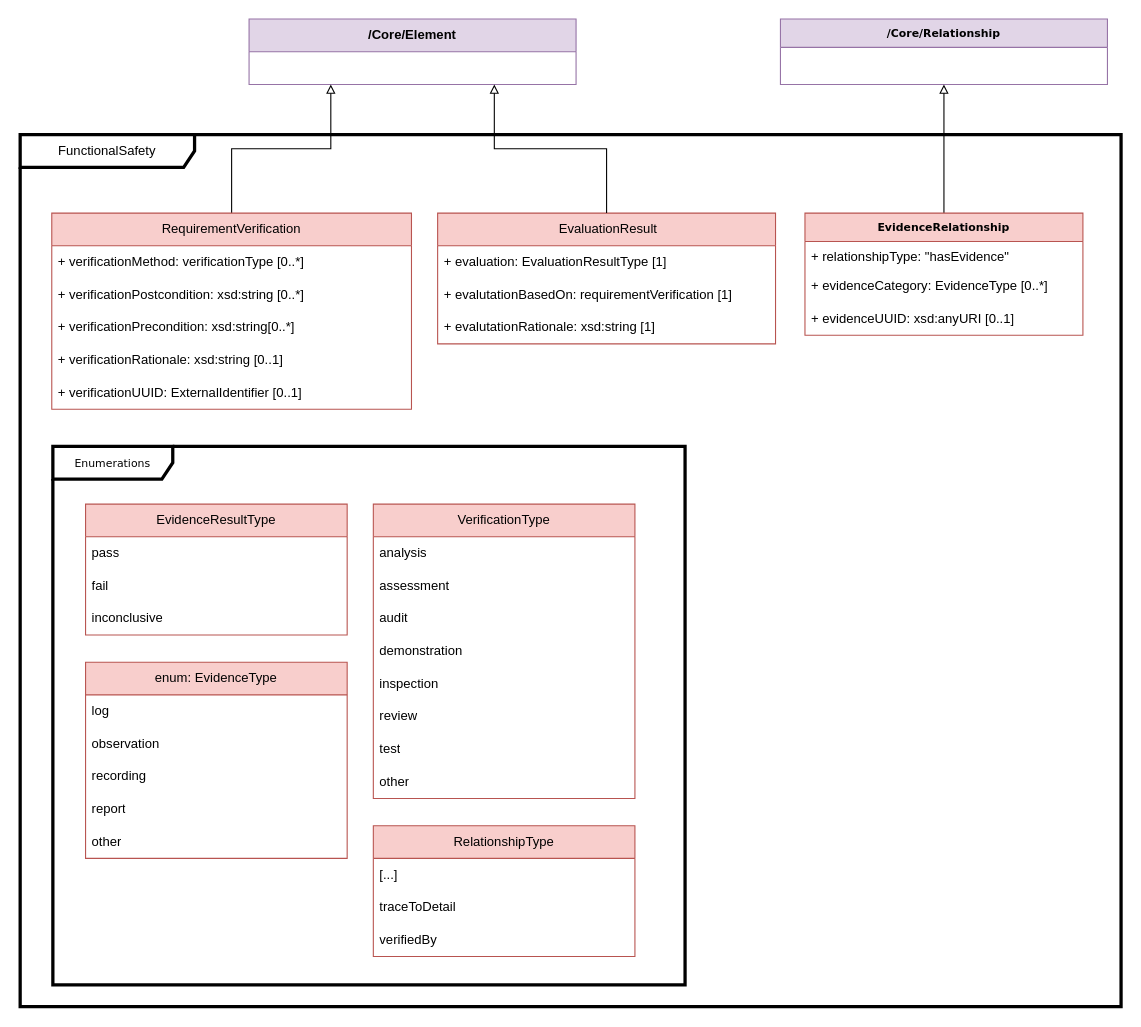
Above: page "FunctionalSafety" (13 of 13) of docs/model.drawio in spdx/spdx-3-model (draw.io), before the change. Source tidied: cells renumbered, new cells numbered last; positions are measured from the earlier drawing's top-left corner, leaving out a move shared by most shapes. Both pictures are drawn from the tidied source at 109%, with x=0, y=0 at pixel (20, 19).
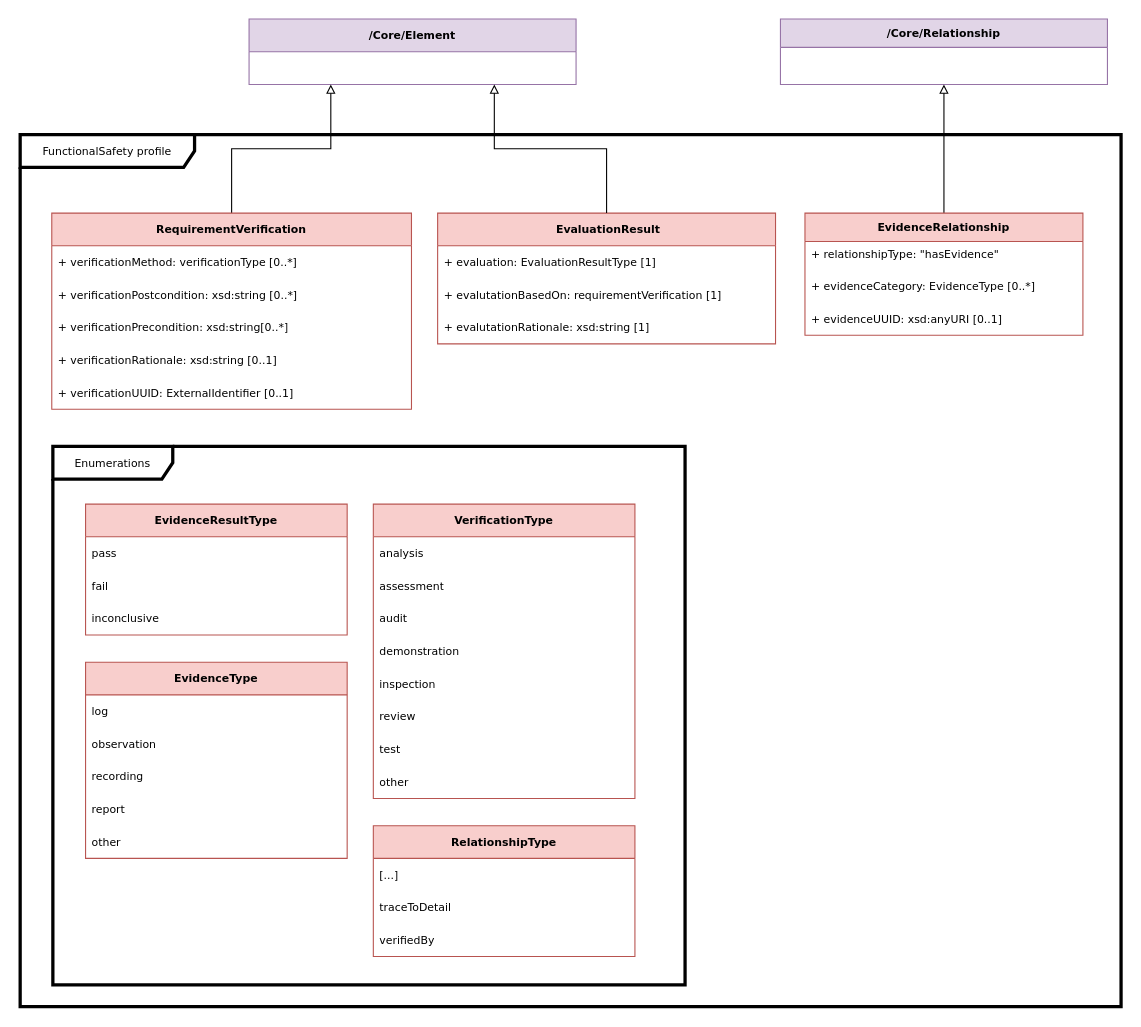
Above is the later version.

Commit message:
diagram: FunctionalSafety - use same Verdana font

Unchanged cells that the change refers to:
```xml
<mxCell id="43" value="EvidenceRelationship" style="swimlane;fontStyle=1;horizontal=1;startSize=26;fillColor=#f8cecc;whiteSpace=wrap;html=1;strokeColor=#b85450;fontFamily=Verdana;fontSize=10;" parent="12" vertex="1">
  <mxGeometry x="720" y="72" width="255" height="112" as="geometry" />
</mxCell>
```

The edit, as a diff of the source:
```diff
@@
-    <mxCell id="2" value="&lt;b&gt;/Core/Element&lt;/b&gt;" style="swimlane;fontStyle=0;horizontal=1;startSize=30;whiteSpace=wrap;html=1;fillColor=#e1d5e7;strokeColor=#9673a6;" parent="1" vertex="1">
+    <mxCell id="2" value="&lt;font style=&quot;font-size: 10px;&quot;&gt;&lt;b&gt;/Core/Element&lt;/b&gt;&lt;/font&gt;" style="swimlane;fontStyle=0;horizontal=1;startSize=30;whiteSpace=wrap;html=1;fillColor=#e1d5e7;strokeColor=#9673a6;fontFamily=Verdana;" parent="1" vertex="1">
       <mxGeometry x="210" width="300" height="60" as="geometry" />
     </mxCell>
@@
-    <mxCell id="4" value="RequirementVerification" style="swimlane;fontStyle=0;horizontal=1;startSize=30;whiteSpace=wrap;html=1;fillColor=#f8cecc;strokeColor=#b85450;" parent="1" vertex="1">
+    <mxCell id="4" value="&lt;font style=&quot;font-size: 10px;&quot; face=&quot;Verdana&quot;&gt;&lt;b&gt;RequirementVerification&lt;/b&gt;&lt;/font&gt;" style="swimlane;fontStyle=0;horizontal=1;startSize=30;whiteSpace=wrap;html=1;fillColor=#f8cecc;strokeColor=#b85450;" parent="1" vertex="1">
       <mxGeometry x="29" y="178" width="330" height="180" as="geometry" />
     </mxCell>
-    <mxCell id="5" value="&lt;div&gt;+ verificationMethod: verificationType [0..*]&lt;/div&gt;" style="text;strokeColor=none;fillColor=none;align=left;verticalAlign=middle;spacingLeft=4;spacingRight=4;overflow=hidden;whiteSpace=wrap;html=1;" parent="4" vertex="1">
+    <mxCell id="5" value="&lt;div&gt;+ verificationMethod: verificationType [0..*]&lt;/div&gt;" style="text;strokeColor=none;fillColor=none;align=left;verticalAlign=middle;spacingLeft=4;spacingRight=4;overflow=hidden;whiteSpace=wrap;html=1;fontFamily=Verdana;fontSize=10;" parent="4" vertex="1">
       <mxGeometry y="30" width="330" height="30" as="geometry" />
     </mxCell>
-    <mxCell id="6" value="+ verificationPostcondition: xsd:string [0..*]" style="text;strokeColor=none;fillColor=none;align=left;verticalAlign=middle;spacingLeft=4;spacingRight=4;overflow=hidden;whiteSpace=wrap;html=1;" parent="4" vertex="1">
+    <mxCell id="6" value="+ verificationPostcondition: xsd:string [0..*]" style="text;strokeColor=none;fillColor=none;align=left;verticalAlign=middle;spacingLeft=4;spacingRight=4;overflow=hidden;whiteSpace=wrap;html=1;fontFamily=Verdana;fontSize=10;" parent="4" vertex="1">
       <mxGeometry y="60" width="330" height="30" as="geometry" />
     </mxCell>
-    <mxCell id="7" value="+ verificationPrecondition: xsd:string[0..*]" style="text;strokeColor=none;fillColor=none;align=left;verticalAlign=middle;spacingLeft=4;spacingRight=4;overflow=hidden;whiteSpace=wrap;html=1;" parent="4" vertex="1">
+    <mxCell id="7" value="+ verificationPrecondition: xsd:string[0..*]" style="text;strokeColor=none;fillColor=none;align=left;verticalAlign=middle;spacingLeft=4;spacingRight=4;overflow=hidden;whiteSpace=wrap;html=1;fontFamily=Verdana;fontSize=10;" parent="4" vertex="1">
       <mxGeometry y="90" width="330" height="30" as="geometry" />
     </mxCell>
-    <mxCell id="8" value="&lt;font style=&quot;color: rgb(0, 0, 0);&quot;&gt;+ verificationRationale: xsd:string [0..1]&amp;nbsp;&lt;/font&gt;" style="text;strokeColor=none;fillColor=none;align=left;verticalAlign=middle;spacingLeft=4;spacingRight=4;overflow=hidden;whiteSpace=wrap;html=1;" parent="4" vertex="1">
+    <mxCell id="8" value="&lt;font style=&quot;color: rgb(0, 0, 0);&quot;&gt;+ verificationRationale: xsd:string [0..1]&amp;nbsp;&lt;/font&gt;" style="text;strokeColor=none;fillColor=none;align=left;verticalAlign=middle;spacingLeft=4;spacingRight=4;overflow=hidden;whiteSpace=wrap;html=1;fontFamily=Verdana;fontSize=10;" parent="4" vertex="1">
       <mxGeometry y="120" width="330" height="30" as="geometry" />
     </mxCell>
-    <mxCell id="9" value="+ verificationUUID: External&lt;span&gt;&lt;font style=&quot;color: rgb(0, 0, 0);&quot;&gt;Identifier [0..1]&lt;/font&gt;&lt;/span&gt;" style="text;strokeColor=none;fillColor=none;align=left;verticalAlign=middle;spacingLeft=4;spacingRight=4;overflow=hidden;whiteSpace=wrap;html=1;" parent="4" vertex="1">
+    <mxCell id="9" value="+ verificationUUID: External&lt;span&gt;&lt;font style=&quot;color: rgb(0, 0, 0);&quot;&gt;Identifier [0..1]&lt;/font&gt;&lt;/span&gt;" style="text;strokeColor=none;fillColor=none;align=left;verticalAlign=middle;spacingLeft=4;spacingRight=4;overflow=hidden;whiteSpace=wrap;html=1;fontFamily=Verdana;fontSize=10;" parent="4" vertex="1">
       <mxGeometry y="150" width="330" height="30" as="geometry" />
     </mxCell>
@@
-    <mxCell id="12" value="Functional&lt;span style=&quot;background-color: transparent; color: light-dark(rgb(0, 0, 0), rgb(255, 255, 255));&quot;&gt;Safety&lt;/span&gt;" style="shape=umlFrame;whiteSpace=wrap;html=1;width=160;strokeWidth=3;" parent="1" vertex="1">
+    <mxCell id="12" value="&lt;font face=&quot;Verdana&quot; style=&quot;font-size: 10px;&quot;&gt;Functional&lt;span style=&quot;background-color: transparent; color: light-dark(rgb(0, 0, 0), rgb(255, 255, 255));&quot;&gt;Safety profile&lt;/span&gt;&lt;/font&gt;" style="shape=umlFrame;whiteSpace=wrap;html=1;width=160;strokeWidth=3;" parent="1" vertex="1">
       <mxGeometry y="106" width="1010" height="800" as="geometry" />
     </mxCell>
-    <mxCell id="13" style="group;" parent="12" vertex="1">
+    <mxCell id="13" style="group;fontFamily=Verdana;fontSize=10;" parent="12" vertex="1">
       <mxGeometry x="30" y="326" width="640" height="454" as="geometry" />
     </mxCell>
@@
-    <mxCell id="15" value="VerificationType" style="swimlane;fontStyle=0;horizontal=1;startSize=30;whiteSpace=wrap;html=1;fillColor=#f8cecc;strokeColor=#b85450;" parent="13" vertex="1">
+    <mxCell id="15" value="&lt;b&gt;VerificationType&lt;/b&gt;" style="swimlane;fontStyle=0;horizontal=1;startSize=30;whiteSpace=wrap;html=1;fillColor=#f8cecc;strokeColor=#b85450;fontFamily=Verdana;fontSize=10;" parent="13" vertex="1">
       <mxGeometry x="294" y="13" width="240" height="270" as="geometry" />
     </mxCell>
-    <mxCell id="16" value="analysis" style="text;strokeColor=none;fillColor=none;align=left;verticalAlign=middle;spacingLeft=4;spacingRight=4;overflow=hidden;whiteSpace=wrap;html=1;" parent="15" vertex="1">
+    <mxCell id="16" value="analysis" style="text;strokeColor=none;fillColor=none;align=left;verticalAlign=middle;spacingLeft=4;spacingRight=4;overflow=hidden;whiteSpace=wrap;html=1;fontSize=10;fontFamily=Verdana;" parent="15" vertex="1">
       <mxGeometry y="30" width="240" height="30" as="geometry" />
     </mxCell>
-    <mxCell id="17" value="&lt;div&gt;assessment&lt;/div&gt;" style="text;strokeColor=none;fillColor=none;align=left;verticalAlign=middle;spacingLeft=4;spacingRight=4;overflow=hidden;whiteSpace=wrap;html=1;" parent="15" vertex="1">
+    <mxCell id="17" value="&lt;div&gt;assessment&lt;/div&gt;" style="text;strokeColor=none;fillColor=none;align=left;verticalAlign=middle;spacingLeft=4;spacingRight=4;overflow=hidden;whiteSpace=wrap;html=1;fontSize=10;fontFamily=Verdana;" parent="15" vertex="1">
       <mxGeometry y="60" width="240" height="30" as="geometry" />
     </mxCell>
-    <mxCell id="18" value="audit" style="text;strokeColor=none;fillColor=none;align=left;verticalAlign=middle;spacingLeft=4;spacingRight=4;overflow=hidden;whiteSpace=wrap;html=1;" parent="15" vertex="1">
+    <mxCell id="18" value="audit" style="text;strokeColor=none;fillColor=none;align=left;verticalAlign=middle;spacingLeft=4;spacingRight=4;overflow=hidden;whiteSpace=wrap;html=1;fontSize=10;fontFamily=Verdana;" parent="15" vertex="1">
       <mxGeometry y="90" width="240" height="30" as="geometry" />
     </mxCell>
-    <mxCell id="19" value="demonstration" style="text;strokeColor=none;fillColor=none;align=left;verticalAlign=middle;spacingLeft=4;spacingRight=4;overflow=hidden;whiteSpace=wrap;html=1;" parent="15" vertex="1">
+    <mxCell id="19" value="demonstration" style="text;strokeColor=none;fillColor=none;align=left;verticalAlign=middle;spacingLeft=4;spacingRight=4;overflow=hidden;whiteSpace=wrap;html=1;fontSize=10;fontFamily=Verdana;" parent="15" vertex="1">
       <mxGeometry y="120" width="240" height="30" as="geometry" />
     </mxCell>
-    <mxCell id="20" value="inspection" style="text;strokeColor=none;fillColor=none;align=left;verticalAlign=middle;spacingLeft=4;spacingRight=4;overflow=hidden;whiteSpace=wrap;html=1;" parent="15" vertex="1">
+    <mxCell id="20" value="inspection" style="text;strokeColor=none;fillColor=none;align=left;verticalAlign=middle;spacingLeft=4;spacingRight=4;overflow=hidden;whiteSpace=wrap;html=1;fontSize=10;fontFamily=Verdana;" parent="15" vertex="1">
       <mxGeometry y="150" width="240" height="30" as="geometry" />
     </mxCell>
-    <mxCell id="21" value="review" style="text;strokeColor=none;fillColor=none;align=left;verticalAlign=middle;spacingLeft=4;spacingRight=4;overflow=hidden;whiteSpace=wrap;html=1;" parent="15" vertex="1">
+    <mxCell id="21" value="review" style="text;strokeColor=none;fillColor=none;align=left;verticalAlign=middle;spacingLeft=4;spacingRight=4;overflow=hidden;whiteSpace=wrap;html=1;fontSize=10;fontFamily=Verdana;" parent="15" vertex="1">
       <mxGeometry y="180" width="240" height="30" as="geometry" />
     </mxCell>
-    <mxCell id="22" value="test" style="text;strokeColor=none;fillColor=none;align=left;verticalAlign=middle;spacingLeft=4;spacingRight=4;overflow=hidden;whiteSpace=wrap;html=1;" parent="15" vertex="1">
+    <mxCell id="22" value="test" style="text;strokeColor=none;fillColor=none;align=left;verticalAlign=middle;spacingLeft=4;spacingRight=4;overflow=hidden;whiteSpace=wrap;html=1;fontSize=10;fontFamily=Verdana;" parent="15" vertex="1">
       <mxGeometry y="210" width="240" height="30" as="geometry" />
     </mxCell>
-    <mxCell id="23" value="other" style="text;strokeColor=none;fillColor=none;align=left;verticalAlign=middle;spacingLeft=4;spacingRight=4;overflow=hidden;whiteSpace=wrap;html=1;" parent="15" vertex="1">
+    <mxCell id="23" value="other" style="text;strokeColor=none;fillColor=none;align=left;verticalAlign=middle;spacingLeft=4;spacingRight=4;overflow=hidden;whiteSpace=wrap;html=1;fontSize=10;fontFamily=Verdana;" parent="15" vertex="1">
       <mxGeometry y="240" width="240" height="30" as="geometry" />
     </mxCell>
-    <mxCell id="24" value="RelationshipType" style="swimlane;fontStyle=0;horizontal=1;startSize=30;whiteSpace=wrap;html=1;fillColor=#f8cecc;strokeColor=#b85450;" parent="13" vertex="1">
+    <mxCell id="24" value="&lt;b&gt;RelationshipType&lt;/b&gt;" style="swimlane;fontStyle=0;horizontal=1;startSize=30;whiteSpace=wrap;html=1;fillColor=#f8cecc;strokeColor=#b85450;fontFamily=Verdana;fontSize=10;" parent="13" vertex="1">
       <mxGeometry x="294" y="308" width="240" height="120" as="geometry" />
     </mxCell>
-    <mxCell id="25" value="[...]" style="text;strokeColor=none;fillColor=none;align=left;verticalAlign=middle;spacingLeft=4;spacingRight=4;overflow=hidden;whiteSpace=wrap;html=1;" parent="24" vertex="1">
+    <mxCell id="25" value="[...]" style="text;strokeColor=none;fillColor=none;align=left;verticalAlign=middle;spacingLeft=4;spacingRight=4;overflow=hidden;whiteSpace=wrap;html=1;fontSize=10;fontFamily=Verdana;" parent="24" vertex="1">
       <mxGeometry y="30" width="240" height="30" as="geometry" />
     </mxCell>
-    <mxCell id="26" value="traceToDetail" style="text;strokeColor=none;fillColor=none;align=left;verticalAlign=middle;spacingLeft=4;spacingRight=4;overflow=hidden;whiteSpace=wrap;html=1;" parent="24" vertex="1">
+    <mxCell id="26" value="traceToDetail" style="text;strokeColor=none;fillColor=none;align=left;verticalAlign=middle;spacingLeft=4;spacingRight=4;overflow=hidden;whiteSpace=wrap;html=1;fontSize=10;fontFamily=Verdana;" parent="24" vertex="1">
       <mxGeometry y="60" width="240" height="30" as="geometry" />
     </mxCell>
-    <mxCell id="27" value="verifiedBy" style="text;strokeColor=none;fillColor=none;align=left;verticalAlign=middle;spacingLeft=4;spacingRight=4;overflow=hidden;whiteSpace=wrap;html=1;" parent="24" vertex="1">
+    <mxCell id="27" value="verifiedBy" style="text;strokeColor=none;fillColor=none;align=left;verticalAlign=middle;spacingLeft=4;spacingRight=4;overflow=hidden;whiteSpace=wrap;html=1;fontSize=10;fontFamily=Verdana;" parent="24" vertex="1">
       <mxGeometry y="90" width="240" height="30" as="geometry" />
     </mxCell>
-    <mxCell id="28" value="EvidenceResultType" style="swimlane;fontStyle=0;horizontal=1;startSize=30;whiteSpace=wrap;html=1;fillColor=#f8cecc;strokeColor=#b85450;" parent="13" vertex="1">
+    <mxCell id="28" value="&lt;font style=&quot;font-size: 10px;&quot; face=&quot;Verdana&quot;&gt;&lt;b&gt;EvidenceResultType&lt;/b&gt;&lt;/font&gt;" style="swimlane;fontStyle=0;horizontal=1;startSize=30;whiteSpace=wrap;html=1;fillColor=#f8cecc;strokeColor=#b85450;" parent="13" vertex="1">
       <mxGeometry x="30" y="13" width="240" height="120" as="geometry" />
     </mxCell>
-    <mxCell id="29" value="pass" style="text;strokeColor=none;fillColor=none;align=left;verticalAlign=middle;spacingLeft=4;spacingRight=4;overflow=hidden;whiteSpace=wrap;html=1;" parent="28" vertex="1">
+    <mxCell id="29" value="pass" style="text;strokeColor=none;fillColor=none;align=left;verticalAlign=middle;spacingLeft=4;spacingRight=4;overflow=hidden;whiteSpace=wrap;html=1;fontSize=10;fontFamily=Verdana;" parent="28" vertex="1">
       <mxGeometry y="30" width="240" height="30" as="geometry" />
     </mxCell>
-    <mxCell id="30" value="fail" style="text;strokeColor=none;fillColor=none;align=left;verticalAlign=middle;spacingLeft=4;spacingRight=4;overflow=hidden;whiteSpace=wrap;html=1;" parent="28" vertex="1">
+    <mxCell id="30" value="fail" style="text;strokeColor=none;fillColor=none;align=left;verticalAlign=middle;spacingLeft=4;spacingRight=4;overflow=hidden;whiteSpace=wrap;html=1;fontSize=10;fontFamily=Verdana;" parent="28" vertex="1">
       <mxGeometry y="60" width="240" height="30" as="geometry" />
     </mxCell>
-    <mxCell id="31" value="inconclusive" style="text;strokeColor=none;fillColor=none;align=left;verticalAlign=middle;spacingLeft=4;spacingRight=4;overflow=hidden;whiteSpace=wrap;html=1;" parent="28" vertex="1">
+    <mxCell id="31" value="inconclusive" style="text;strokeColor=none;fillColor=none;align=left;verticalAlign=middle;spacingLeft=4;spacingRight=4;overflow=hidden;whiteSpace=wrap;html=1;fontSize=10;fontFamily=Verdana;" parent="28" vertex="1">
       <mxGeometry y="90" width="240" height="30" as="geometry" />
     </mxCell>
-    <mxCell id="32" value="enum: EvidenceType" style="swimlane;fontStyle=0;horizontal=1;startSize=30;whiteSpace=wrap;html=1;fillColor=#f8cecc;strokeColor=#b85450;" parent="13" vertex="1">
+    <mxCell id="32" value="&lt;font face=&quot;Verdana&quot; style=&quot;font-size: 10px;&quot;&gt;&lt;b&gt;EvidenceType&lt;/b&gt;&lt;/font&gt;" style="swimlane;fontStyle=0;horizontal=1;startSize=30;whiteSpace=wrap;html=1;fillColor=#f8cecc;strokeColor=#b85450;" parent="13" vertex="1">
       <mxGeometry x="30" y="158" width="240" height="180" as="geometry" />
     </mxCell>
-    <mxCell id="33" value="log" style="text;strokeColor=none;fillColor=none;align=left;verticalAlign=middle;spacingLeft=4;spacingRight=4;overflow=hidden;whiteSpace=wrap;html=1;" parent="32" vertex="1">
+    <mxCell id="33" value="log" style="text;strokeColor=none;fillColor=none;align=left;verticalAlign=middle;spacingLeft=4;spacingRight=4;overflow=hidden;whiteSpace=wrap;html=1;fontSize=10;fontFamily=Verdana;" parent="32" vertex="1">
       <mxGeometry y="30" width="240" height="30" as="geometry" />
     </mxCell>
-    <mxCell id="34" value="observation" style="text;strokeColor=none;fillColor=none;align=left;verticalAlign=middle;spacingLeft=4;spacingRight=4;overflow=hidden;whiteSpace=wrap;html=1;" parent="32" vertex="1">
+    <mxCell id="34" value="observation" style="text;strokeColor=none;fillColor=none;align=left;verticalAlign=middle;spacingLeft=4;spacingRight=4;overflow=hidden;whiteSpace=wrap;html=1;fontSize=10;fontFamily=Verdana;" parent="32" vertex="1">
       <mxGeometry y="60" width="240" height="30" as="geometry" />
     </mxCell>
-    <mxCell id="35" value="recording" style="text;strokeColor=none;fillColor=none;align=left;verticalAlign=middle;spacingLeft=4;spacingRight=4;overflow=hidden;whiteSpace=wrap;html=1;" parent="32" vertex="1">
+    <mxCell id="35" value="recording" style="text;strokeColor=none;fillColor=none;align=left;verticalAlign=middle;spacingLeft=4;spacingRight=4;overflow=hidden;whiteSpace=wrap;html=1;fontSize=10;fontFamily=Verdana;" parent="32" vertex="1">
       <mxGeometry y="90" width="240" height="30" as="geometry" />
     </mxCell>
-    <mxCell id="36" value="report" style="text;strokeColor=none;fillColor=none;align=left;verticalAlign=middle;spacingLeft=4;spacingRight=4;overflow=hidden;whiteSpace=wrap;html=1;" parent="32" vertex="1">
+    <mxCell id="36" value="report" style="text;strokeColor=none;fillColor=none;align=left;verticalAlign=middle;spacingLeft=4;spacingRight=4;overflow=hidden;whiteSpace=wrap;html=1;fontSize=10;fontFamily=Verdana;" parent="32" vertex="1">
       <mxGeometry y="120" width="240" height="30" as="geometry" />
     </mxCell>
-    <mxCell id="37" value="other" style="text;strokeColor=none;fillColor=none;align=left;verticalAlign=middle;spacingLeft=4;spacingRight=4;overflow=hidden;whiteSpace=wrap;html=1;" parent="32" vertex="1">
+    <mxCell id="37" value="other" style="text;strokeColor=none;fillColor=none;align=left;verticalAlign=middle;spacingLeft=4;spacingRight=4;overflow=hidden;whiteSpace=wrap;html=1;fontSize=10;fontFamily=Verdana;" parent="32" vertex="1">
       <mxGeometry y="150" width="240" height="30" as="geometry" />
     </mxCell>
-    <mxCell id="38" value="&amp;nbsp;EvaluationResult" style="swimlane;fontStyle=0;horizontal=1;startSize=30;whiteSpace=wrap;html=1;fillColor=#f8cecc;strokeColor=#b85450;" parent="12" vertex="1">
+    <mxCell id="38" value="&lt;b&gt;&amp;nbsp;EvaluationResult&lt;/b&gt;" style="swimlane;fontStyle=0;horizontal=1;startSize=30;whiteSpace=wrap;html=1;fillColor=#f8cecc;strokeColor=#b85450;fontFamily=Verdana;fontSize=10;" parent="12" vertex="1">
       <mxGeometry x="383" y="72" width="310" height="120" as="geometry" />
     </mxCell>
-    <mxCell id="39" value="+ evaluation: EvaluationResultType [1]" style="text;strokeColor=none;fillColor=none;align=left;verticalAlign=middle;spacingLeft=4;spacingRight=4;overflow=hidden;whiteSpace=wrap;html=1;" parent="38" vertex="1">
+    <mxCell id="39" value="+ evaluation: EvaluationResultType [1]" style="text;strokeColor=none;fillColor=none;align=left;verticalAlign=middle;spacingLeft=4;spacingRight=4;overflow=hidden;whiteSpace=wrap;html=1;fontSize=10;fontFamily=Verdana;" parent="38" vertex="1">
       <mxGeometry y="30" width="310" height="30" as="geometry" />
     </mxCell>
@@
-    <mxCell id="41" value="&lt;span style=&quot;color: rgb(0, 0, 0); font-family: Helvetica; font-size: 12px; font-style: normal; font-variant-ligatures: normal; font-variant-caps: normal; font-weight: 400; letter-spacing: normal; text-align: left; text-indent: 0px; text-transform: none; word-spacing: 0px; -webkit-text-stroke-width: 0px; white-space: normal; text-decoration-thickness: initial; text-decoration-style: initial; text-decoration-color: initial; float: none; display: inline !important;&quot;&gt;+ evalutationBasedOn: requirementVerification [1]&amp;nbsp;&lt;/span&gt;" style="text;strokeColor=none;fillColor=none;align=left;verticalAlign=middle;spacingLeft=4;spacingRight=4;overflow=hidden;points=[[0,0.5],[1,0.5]];portConstraint=eastwest;whiteSpace=wrap;html=1;" parent="38" vertex="1">
+    <mxCell id="41" value="&lt;span style=&quot;color: rgb(0, 0, 0); font-style: normal; font-variant-ligatures: normal; font-variant-caps: normal; font-weight: 400; letter-spacing: normal; text-align: left; text-indent: 0px; text-transform: none; word-spacing: 0px; -webkit-text-stroke-width: 0px; white-space: normal; text-decoration-thickness: initial; text-decoration-style: initial; text-decoration-color: initial; float: none; display: inline !important;&quot;&gt;+ evalutationBasedOn: requirementVerification [1]&amp;nbsp;&lt;/span&gt;" style="text;strokeColor=none;fillColor=none;align=left;verticalAlign=middle;spacingLeft=4;spacingRight=4;overflow=hidden;points=[[0,0.5],[1,0.5]];portConstraint=eastwest;whiteSpace=wrap;html=1;fontSize=10;fontFamily=Verdana;" parent="38" vertex="1">
       <mxGeometry y="60" width="310" height="30" as="geometry" />
     </mxCell>
-    <mxCell id="42" value="+ evalutationRationale: xsd:string [1]&amp;nbsp;" style="text;strokeColor=none;fillColor=none;align=left;verticalAlign=middle;spacingLeft=4;spacingRight=4;overflow=hidden;points=[[0,0.5],[1,0.5]];portConstraint=eastwest;whiteSpace=wrap;html=1;" parent="38" vertex="1">
+    <mxCell id="42" value="+ evalutationRationale: xsd:string [1]&amp;nbsp;" style="text;strokeColor=none;fillColor=none;align=left;verticalAlign=middle;spacingLeft=4;spacingRight=4;overflow=hidden;points=[[0,0.5],[1,0.5]];portConstraint=eastwest;whiteSpace=wrap;html=1;fontSize=10;fontFamily=Verdana;" parent="38" vertex="1">
       <mxGeometry y="90" width="310" height="30" as="geometry" />
     </mxCell>
@@
-    <mxCell id="44" value="+ relationshipType: &quot;hasEvidence&quot;" style="text;strokeColor=none;fillColor=none;align=left;verticalAlign=top;spacingLeft=4;spacingRight=4;overflow=hidden;fontFamily=Helvetica;fontSize=12;" parent="43" vertex="1">
+    <mxCell id="44" value="+ relationshipType: &quot;hasEvidence&quot;" style="text;strokeColor=none;fillColor=none;align=left;verticalAlign=top;spacingLeft=4;spacingRight=4;overflow=hidden;fontFamily=Verdana;fontSize=10;" parent="43" vertex="1">
       <mxGeometry y="26" width="255" height="26" as="geometry" />
     </mxCell>
-    <mxCell id="45" value="+ evidenceCategory: EvidenceType [0..*]&amp;nbsp;" style="text;strokeColor=none;fillColor=none;align=left;verticalAlign=middle;spacingLeft=4;spacingRight=4;overflow=hidden;whiteSpace=wrap;html=1;" parent="43" vertex="1">
+    <mxCell id="45" value="+ evidenceCategory: EvidenceType [0..*]&amp;nbsp;" style="text;strokeColor=none;fillColor=none;align=left;verticalAlign=middle;spacingLeft=4;spacingRight=4;overflow=hidden;whiteSpace=wrap;html=1;fontSize=10;fontFamily=Verdana;" parent="43" vertex="1">
       <mxGeometry y="52" width="255" height="30" as="geometry" />
     </mxCell>
-    <mxCell id="46" value="+ evidenceUUID: xsd:anyURI [0..1]" style="text;strokeColor=none;fillColor=none;align=left;verticalAlign=middle;spacingLeft=4;spacingRight=4;overflow=hidden;whiteSpace=wrap;html=1;" parent="43" vertex="1">
+    <mxCell id="46" value="+ evidenceUUID: xsd:anyURI [0..1]" style="text;strokeColor=none;fillColor=none;align=left;verticalAlign=middle;spacingLeft=4;spacingRight=4;overflow=hidden;whiteSpace=wrap;html=1;fontSize=10;fontFamily=Verdana;" parent="43" vertex="1">
       <mxGeometry y="82" width="255" height="30" as="geometry" />
     </mxCell>
```
